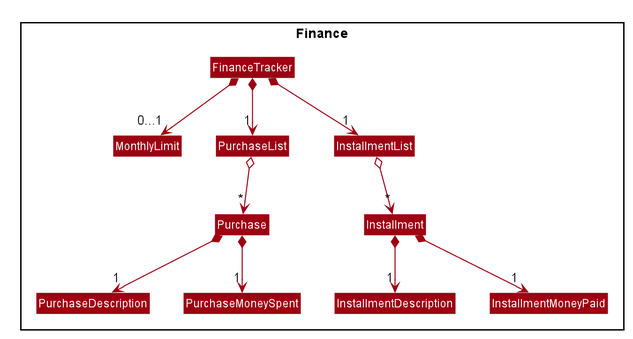
Before: docs/images/ModelFinanceTrackerClassDiagram.png, a diagram exported from PlantUML (nus-cs2103-AY1920S1/addressbook-level3). The source it was exported from:
```plantuml
@startuml








skinparam BackgroundColor #FFFFFFF

skinparam Shadowing false

skinparam Class {
    FontColor #FFFFFF
    BorderThickness 1
    BorderColor #FFFFFF
    StereotypeFontColor #FFFFFF
    FontName Arial
}

skinparam Actor {
    BorderColor #000000
    Color #000000
    FontName Arial
}

skinparam Sequence {
    MessageAlign center
    BoxFontSize 15
    BoxPadding 0
    BoxFontColor #FFFFFF
    FontName Arial
}

skinparam Participant {
    FontColor #FFFFFFF
    Padding 20
}

skinparam MinClassWidth 50
skinparam ParticipantPadding 10
skinparam Shadowing false
skinparam DefaultTextAlignment center
skinparam packageStyle Rectangle

hide footbox
hide members
hide circle
skinparam arrowThickness 1.1
skinparam arrowColor #9D0012
skinparam classBackgroundColor #9D0012

Package Finance <<Rectangle>> {
    Class FinanceTracker
    Class MonthlyLimit
    Class PurchaseList
    Class InstallmentList
    Class Purchase
    Class PurchaseDescription
    Class PurchaseMoneySpent
    Class Installment
    Class InstallmentDescription
    Class InstallmentMoneyPaid
    Class MonthlyLimit
}

FinanceTracker *-down-> "0...1" MonthlyLimit
FinanceTracker *-down-> "1" PurchaseList
FinanceTracker *-down-> "1" InstallmentList

PurchaseList o-down-> "*" Purchase
Purchase *-down-> "1" PurchaseDescription
Purchase *-down-> "1" PurchaseMoneySpent

InstallmentList o-down-> "*" Installment
Installment *-down-> "1" InstallmentDescription
Installment *-down-> "1" InstallmentMoneyPaid

@enduml
```
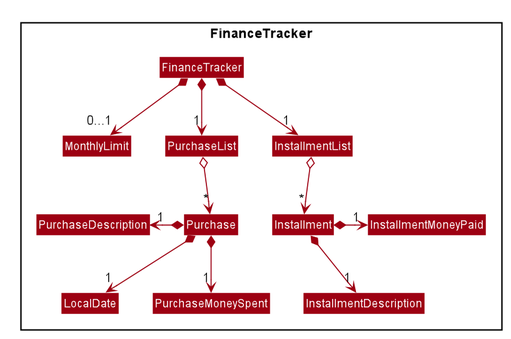
After the change.

What changed in the source:
```diff
@@ -17,6 +17,7 @@
     BorderColor #FFFFFF
     StereotypeFontColor #FFFFFF
     FontName Arial
+    ClassAttributeFontColor #FFFFFFF
 }
 
 skinparam Actor {
@@ -44,14 +45,14 @@
 skinparam DefaultTextAlignment center
 skinparam packageStyle Rectangle
 
-hide footbox
+hide circle
+hide footer
 hide members
-hide circle
 skinparam arrowThickness 1.1
 skinparam arrowColor #9D0012
 skinparam classBackgroundColor #9D0012
 
-Package Finance <<Rectangle>> {
+Package FinanceTracker <<Rectangle>> {
     Class FinanceTracker
     Class MonthlyLimit
     Class PurchaseList
@@ -59,22 +60,24 @@
     Class Purchase
     Class PurchaseDescription
     Class PurchaseMoneySpent
+    Class LocalDate
     Class Installment
     Class InstallmentDescription
     Class InstallmentMoneyPaid
     Class MonthlyLimit
 }
 
-FinanceTracker *-down-> "0...1" MonthlyLimit
-FinanceTracker *-down-> "1" PurchaseList
-FinanceTracker *-down-> "1" InstallmentList
+FinanceTracker *--> "1" PurchaseList
+FinanceTracker *--> "1" InstallmentList
+FinanceTracker *--> "0...1" MonthlyLimit
 
-PurchaseList o-down-> "*" Purchase
-Purchase *-down-> "1" PurchaseDescription
-Purchase *-down-> "1" PurchaseMoneySpent
+PurchaseList o--> "*" Purchase
+Purchase *-left-> "1" PurchaseDescription
+Purchase *--> "1" PurchaseMoneySpent
+Purchase *--> "1" LocalDate
 
-InstallmentList o-down-> "*" Installment
-Installment *-down-> "1" InstallmentDescription
-Installment *-down-> "1" InstallmentMoneyPaid
+InstallmentList o--> "*" Installment
+Installment *--> "1" InstallmentDescription
+Installment *-right-> "1" InstallmentMoneyPaid
 
 @enduml
```
